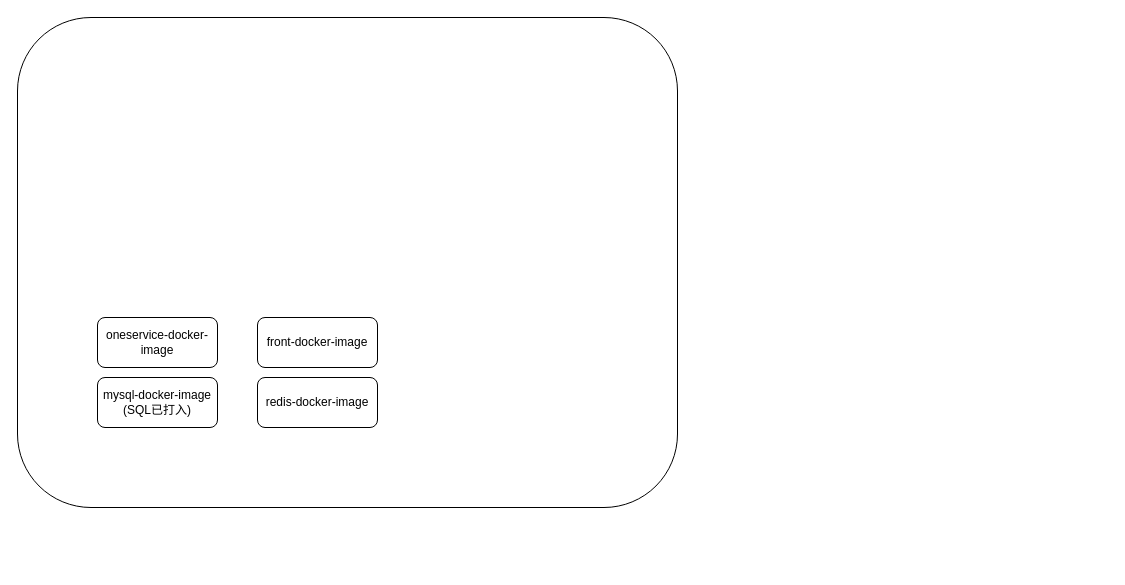
Above: 未命名绘图.drawio in atlassianss/atlassianss.github.io (draw.io), before the change. Source tidied: cells renumbered, new cells numbered last; positions are measured from the earlier drawing's top-left corner, leaving out a move shared by most shapes. Both pictures are drawn from the tidied source at 100%, with x=0, y=0 at pixel (17, 17).
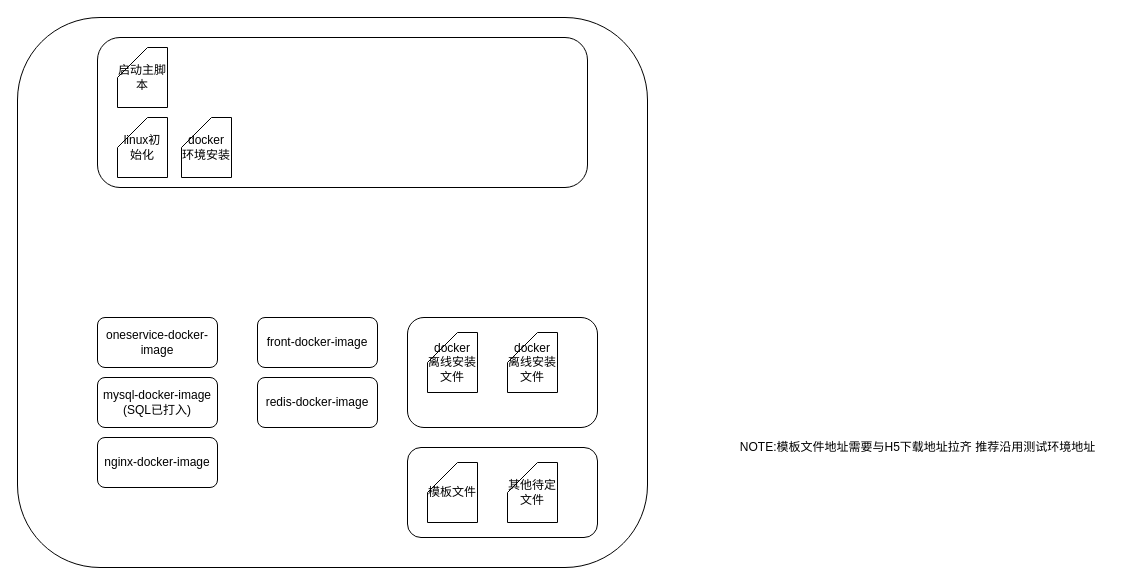
The same page after the edit.

Commit message (it also covers changes not shown here):
更新未命名绘图.drawio

Diff of the diagram source:
```diff
@@
 <mxGraphModel>
   <root>
     <mxCell id="0" />
     <mxCell id="1" parent="0" />
     <mxCell id="2" style="rounded=1;whiteSpace=wrap;html=1;" parent="1" vertex="1">
-      <mxGeometry width="660" height="490" as="geometry" />
+      <mxGeometry width="630" height="550" as="geometry" />
     </mxCell>
     <mxCell id="3" value="oneservice-docker-image" style="rounded=1;whiteSpace=wrap;html=1;" parent="1" vertex="1">
       <mxGeometry x="80" y="300" width="120" height="50" as="geometry" />
     </mxCell>
     <mxCell id="4" value="front-docker-image" style="rounded=1;whiteSpace=wrap;html=1;" parent="1" vertex="1">
       <mxGeometry x="240" y="300" width="120" height="50" as="geometry" />
     </mxCell>
     <mxCell id="5" value="mysql-docker-image&lt;br&gt;(SQL已打入)" style="rounded=1;whiteSpace=wrap;html=1;" parent="1" vertex="1">
       <mxGeometry x="80" y="360" width="120" height="50" as="geometry" />
     </mxCell>
     <mxCell id="6" value="redis-docker-image" style="rounded=1;whiteSpace=wrap;html=1;" parent="1" vertex="1">
       <mxGeometry x="240" y="360" width="120" height="50" as="geometry" />
     </mxCell>
+    <mxCell id="7" style="rounded=1;whiteSpace=wrap;html=1;" parent="1" vertex="1">
+      <mxGeometry x="390" y="300" width="190" height="110" as="geometry" />
+    </mxCell>
+    <mxCell id="8" value="docker离线安装文件" style="shape=card;whiteSpace=wrap;html=1;" parent="1" vertex="1">
+      <mxGeometry x="410" y="315" width="50" height="60" as="geometry" />
+    </mxCell>
+    <mxCell id="9" value="docker离线安装文件" style="shape=card;whiteSpace=wrap;html=1;" parent="1" vertex="1">
+      <mxGeometry x="490" y="315" width="50" height="60" as="geometry" />
+    </mxCell>
+    <mxCell id="10" style="rounded=1;whiteSpace=wrap;html=1;" parent="1" vertex="1">
+      <mxGeometry x="80" y="20" width="490" height="150" as="geometry" />
+    </mxCell>
+    <mxCell id="11" value="启动主脚本" style="shape=card;whiteSpace=wrap;html=1;" parent="1" vertex="1">
+      <mxGeometry x="100" y="30" width="50" height="60" as="geometry" />
+    </mxCell>
+    <mxCell id="12" value="docker环境安装" style="shape=card;whiteSpace=wrap;html=1;" parent="1" vertex="1">
+      <mxGeometry x="164" y="100" width="50" height="60" as="geometry" />
+    </mxCell>
+    <mxCell id="13" value="linux初始化" style="shape=card;whiteSpace=wrap;html=1;" parent="1" vertex="1">
+      <mxGeometry x="100" y="100" width="50" height="60" as="geometry" />
+    </mxCell>
+    <mxCell id="14" style="rounded=1;whiteSpace=wrap;html=1;" parent="1" vertex="1">
+      <mxGeometry x="390" y="430" width="190" height="90" as="geometry" />
+    </mxCell>
+    <mxCell id="15" value="模板文件" style="shape=card;whiteSpace=wrap;html=1;" parent="1" vertex="1">
+      <mxGeometry x="410" y="445" width="50" height="60" as="geometry" />
+    </mxCell>
+    <mxCell id="16" value="其他待定文件" style="shape=card;whiteSpace=wrap;html=1;" parent="1" vertex="1">
+      <mxGeometry x="490" y="445" width="50" height="60" as="geometry" />
+    </mxCell>
+    <mxCell id="17" value="nginx-docker-image" style="rounded=1;whiteSpace=wrap;html=1;" parent="1" vertex="1">
+      <mxGeometry x="80" y="420" width="120" height="50" as="geometry" />
+    </mxCell>
+    <mxCell id="18" value="NOTE:模板文件地址需要与H5下载地址拉齐 推荐沿用测试环境地址" style="text;html=1;align=center;verticalAlign=middle;strokeColor=none;fillColor=none;" parent="1" vertex="1">
+      <mxGeometry x="710" y="415" width="380" height="30" as="geometry" />
+    </mxCell>
   </root>
 </mxGraphModel>
```
